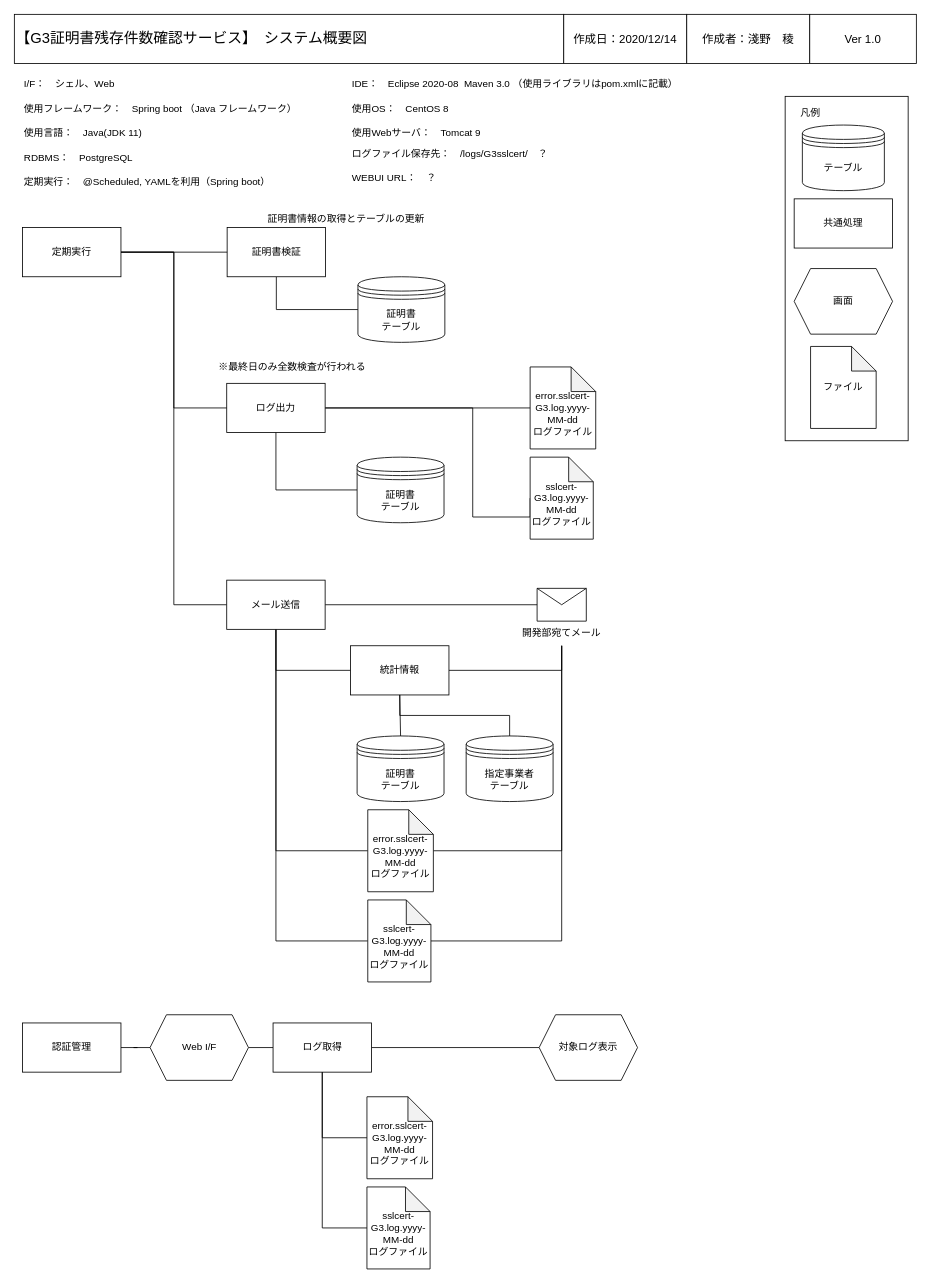
Earlier version of the draw.io diagram page "システム概要図" (6 of 6) of UMLDiagram.drawio (r-asano/kaihatsubuKenshu). Source tidied: cells renumbered, new cells numbered last; positions are measured from the earlier drawing's top-left corner, leaving out a move shared by most shapes. Both pictures are drawn from the tidied source at 82%, with x=0, y=0 at pixel (14, 14).
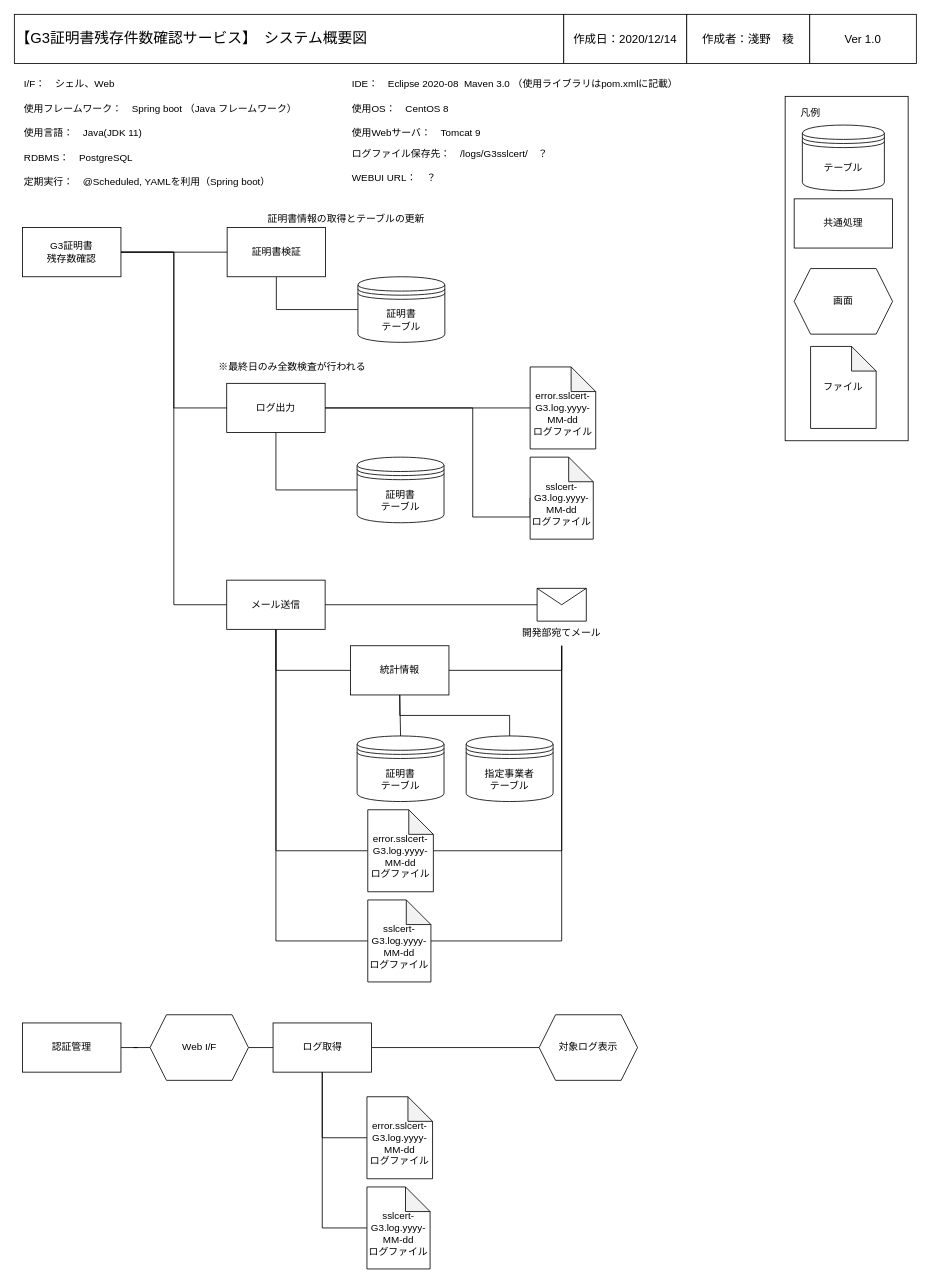
Above is the later version.

Commit message (it also covers changes not shown here):
シーケンス図（定期実行）更新

The edit, as a diff of the source:
```diff
@@
-    <mxCell id="32" value="定期実行" style="rounded=0;whiteSpace=wrap;html=1;" parent="1" vertex="1">
+    <mxCell id="32" value="&lt;div&gt;G3証明書&lt;/div&gt;&lt;div&gt;残存数確認&lt;br&gt;&lt;/div&gt;" style="rounded=0;whiteSpace=wrap;html=1;" parent="1" vertex="1">
       <mxGeometry x="10" y="260" width="120" height="60" as="geometry" />
     </mxCell>
```
